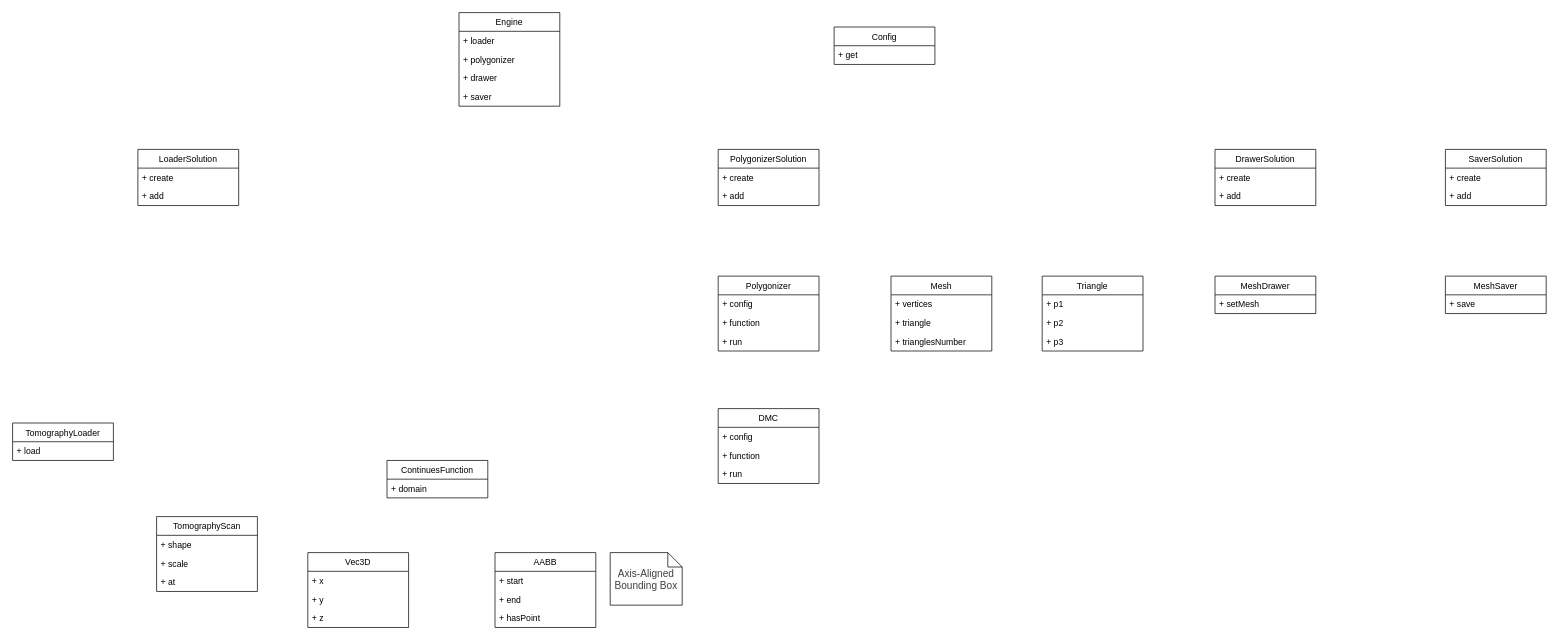
The draw.io diagram uml.drawio in maxhha/bmstu-iu7-cg-cp, before the edit. Source tidied: cells renumbered, new cells numbered last; positions are measured from the earlier drawing's top-left corner, leaving out a move shared by most shapes. Both pictures are drawn from the tidied source at 72%, with x=0, y=0 at pixel (12, 12).
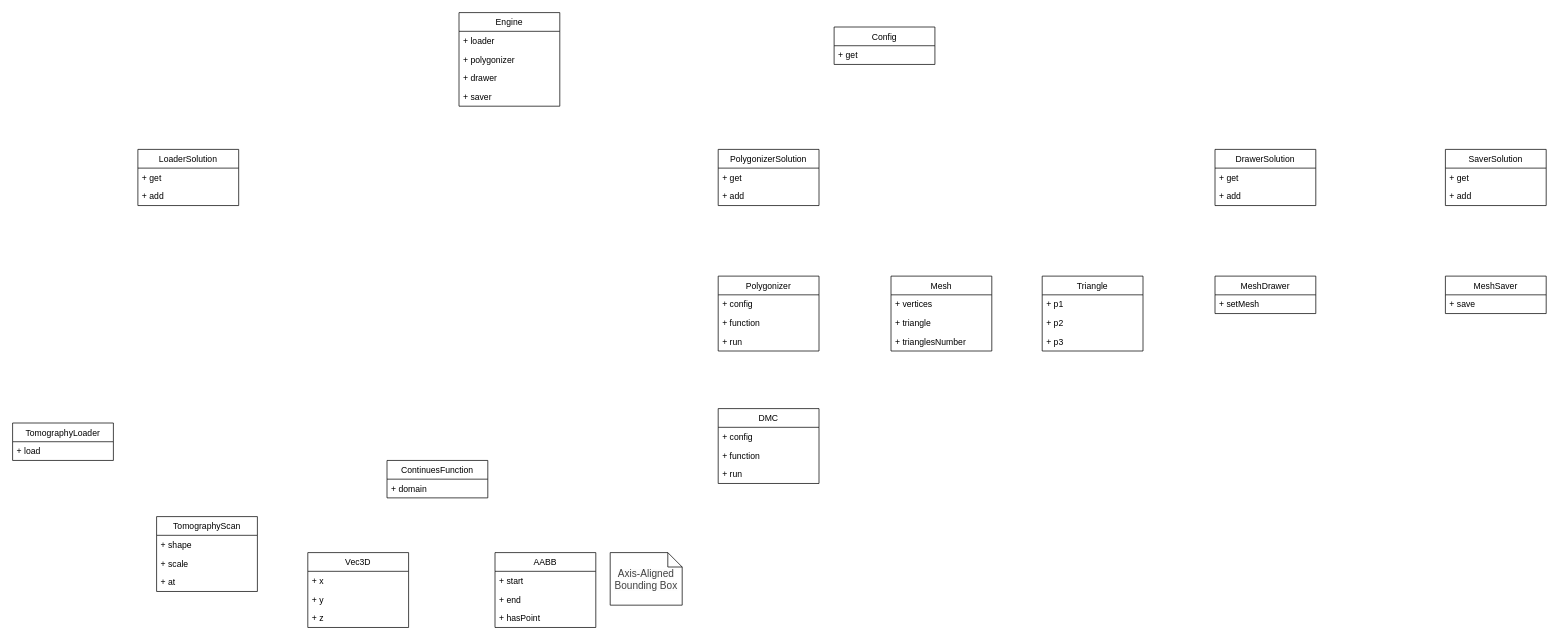
After the change.

The change refers to these unchanged cells:
```xml
<mxCell id="46" value="LoaderSolution" style="swimlane;fontStyle=0;horizontal=1;startSize=26;fillColor=none;" parent="1" vertex="1">
  <mxGeometry x="174" y="190" width="140" height="78" as="geometry" />
</mxCell>
<mxCell id="49" value="PolygonizerSolution" style="swimlane;fontStyle=0;horizontal=1;startSize=26;fillColor=none;" parent="1" vertex="1">
  <mxGeometry x="980" y="190" width="140" height="78" as="geometry" />
</mxCell>
<mxCell id="52" value="SaverSolution" style="swimlane;fontStyle=0;horizontal=1;startSize=26;fillColor=none;" parent="1" vertex="1">
  <mxGeometry x="1990" y="190" width="140" height="78" as="geometry" />
</mxCell>
<mxCell id="55" value="DrawerSolution" style="swimlane;fontStyle=0;horizontal=1;startSize=26;fillColor=none;" parent="1" vertex="1">
  <mxGeometry x="1670" y="190" width="140" height="78" as="geometry" />
</mxCell>
```

The edit, as a diff of the source:
```diff
@@
-    <mxCell id="47" value="+ create" style="text;strokeColor=none;fillColor=none;align=left;verticalAlign=top;spacingLeft=4;spacingRight=4;overflow=hidden;" parent="46" vertex="1">
+    <mxCell id="47" value="+ get" style="text;strokeColor=none;fillColor=none;align=left;verticalAlign=top;spacingLeft=4;spacingRight=4;overflow=hidden;" parent="46" vertex="1">
       <mxGeometry y="26" width="140" height="26" as="geometry" />
     </mxCell>
@@
-    <mxCell id="50" value="+ create" style="text;strokeColor=none;fillColor=none;align=left;verticalAlign=top;spacingLeft=4;spacingRight=4;overflow=hidden;" parent="49" vertex="1">
+    <mxCell id="50" value="+ get" style="text;strokeColor=none;fillColor=none;align=left;verticalAlign=top;spacingLeft=4;spacingRight=4;overflow=hidden;" parent="49" vertex="1">
       <mxGeometry y="26" width="140" height="26" as="geometry" />
     </mxCell>
@@
-    <mxCell id="53" value="+ create" style="text;strokeColor=none;fillColor=none;align=left;verticalAlign=top;spacingLeft=4;spacingRight=4;overflow=hidden;" parent="52" vertex="1">
+    <mxCell id="53" value="+ get" style="text;strokeColor=none;fillColor=none;align=left;verticalAlign=top;spacingLeft=4;spacingRight=4;overflow=hidden;" parent="52" vertex="1">
       <mxGeometry y="26" width="140" height="26" as="geometry" />
     </mxCell>
@@
-    <mxCell id="56" value="+ create" style="text;strokeColor=none;fillColor=none;align=left;verticalAlign=top;spacingLeft=4;spacingRight=4;overflow=hidden;" parent="55" vertex="1">
+    <mxCell id="56" value="+ get" style="text;strokeColor=none;fillColor=none;align=left;verticalAlign=top;spacingLeft=4;spacingRight=4;overflow=hidden;" parent="55" vertex="1">
       <mxGeometry y="26" width="140" height="26" as="geometry" />
     </mxCell>
```
